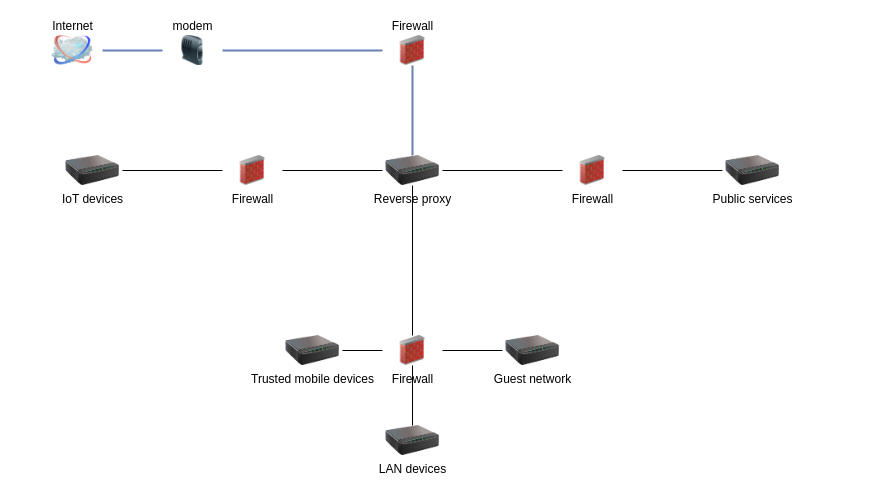
The draw.io diagram 241105 network logical.drawio in stefanheijnen/drawio, before the edit. Source tidied: cells renumbered, new cells numbered last; positions are measured from the earlier drawing's top-left corner, leaving out a move shared by most shapes. Both pictures are drawn from the tidied source at 100%, with x=0, y=0 at pixel (42, 35).
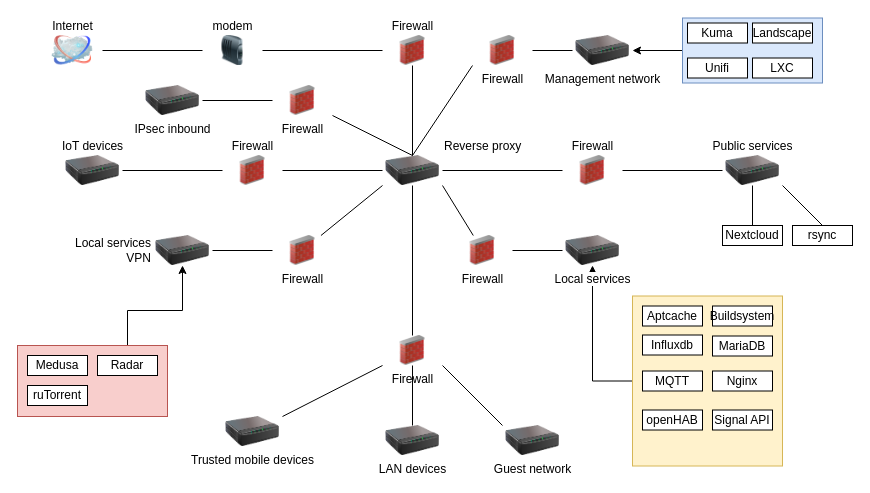
After the change.

Unchanged cells that the change refers to:
```xml
<mxCell id="2" value="Internet" style="image;html=1;labelBackgroundColor=#ffffff;image=img/lib/clip_art/networking/Cloud_128x128.png;rounded=1;shadow=0;comic=0;strokeWidth=2;fontSize=12;labelPosition=center;verticalLabelPosition=top;align=center;verticalAlign=bottom;" parent="1" vertex="1">
  <mxGeometry width="60" height="30" as="geometry" />
</mxCell>
<mxCell id="3" value="Firewall" style="html=1;labelBackgroundColor=default;image=img/lib/clip_art/networking/Firewall_02_128x128.png;rounded=1;shadow=0;comic=0;strokeWidth=2;fontSize=12;labelPosition=center;verticalLabelPosition=top;align=center;verticalAlign=bottom;shape=image;" parent="1" vertex="1">
  <mxGeometry x="340" width="60" height="30" as="geometry" />
</mxCell>
<mxCell id="11" value="Firewall" style="html=1;labelBackgroundColor=default;image=img/lib/clip_art/networking/Firewall_02_128x128.png;rounded=1;shadow=0;comic=0;strokeWidth=2;fontSize=12;labelPosition=center;verticalLabelPosition=bottom;align=center;verticalAlign=top;shape=image;" parent="1" vertex="1">
  <mxGeometry x="340" y="300" width="60" height="30" as="geometry" />
</mxCell>
```

Diff of the diagram source:
```diff
@@
+    <mxCell id="25" style="edgeStyle=orthogonalEdgeStyle;rounded=0;jettySize=auto;html=1;exitX=0;exitY=0.5;exitDx=0;exitDy=0;entryX=1;entryY=0.5;entryDx=0;entryDy=0;" parent="1" edge="1" source="49" target="45">
+      <mxGeometry relative="1" as="geometry" />
+    </mxCell>
+    <mxCell id="26" style="edgeStyle=orthogonalEdgeStyle;rounded=0;jettySize=auto;html=1;entryX=0.5;entryY=1;entryDx=0;entryDy=0;" parent="1" edge="1" source="55" target="31">
+      <mxGeometry relative="1" as="geometry" />
+    </mxCell>
@@
-    <mxCell id="4" style="html=1;fillColor=#CCCCCC;strokeColor=#6881B3;gradientColor=none;gradientDirection=north;strokeWidth=2;shape=connector;html=1;labelBackgroundColor=none;endArrow=none;fontFamily=Verdana;fontSize=12;fontColor=#000000;exitX=0.5;exitY=0;exitDx=0;exitDy=0;" parent="1" edge="1" source="7" target="3">
-      <mxGeometry relative="1" as="geometry" />
-    </mxCell>
-    <mxCell id="5" style="html=1;fillColor=#CCCCCC;strokeColor=#6881B3;gradientColor=none;gradientDirection=north;strokeWidth=2;shape=connector;html=1;labelBackgroundColor=none;endArrow=none;fontFamily=Verdana;fontSize=12;fontColor=#000000;" parent="1" edge="1" source="3" target="10">
-      <mxGeometry relative="1" as="geometry" />
-    </mxCell>
-    <mxCell id="6" style="html=1;fillColor=#CCCCCC;strokeColor=#6881B3;gradientColor=none;gradientDirection=north;strokeWidth=2;shape=connector;html=1;labelBackgroundColor=none;endArrow=none;fontFamily=Verdana;fontSize=12;fontColor=#000000;exitX=0;exitY=0.5;exitDx=0;exitDy=0;" parent="1" edge="1" source="10" target="2">
-      <mxGeometry relative="1" as="geometry" />
-    </mxCell>
-    <mxCell id="7" value="Reverse proxy" style="image;html=1;image=img/lib/clip_art/networking/Print_Server_128x128.png;" parent="1" vertex="1">
+    <mxCell id="7" value="Reverse proxy" style="image;html=1;image=img/lib/clip_art/networking/Print_Server_128x128.png;labelPosition=right;verticalLabelPosition=top;align=left;verticalAlign=bottom;" parent="1" vertex="1">
       <mxGeometry x="340" y="120" width="60" height="30" as="geometry" />
     </mxCell>
-    <mxCell id="8" value="Firewall" style="html=1;labelBackgroundColor=default;image=img/lib/clip_art/networking/Firewall_02_128x128.png;rounded=1;shadow=0;comic=0;strokeWidth=2;fontSize=12;labelPosition=center;verticalLabelPosition=bottom;align=center;verticalAlign=top;shape=image;" parent="1" vertex="1">
+    <mxCell id="8" value="Firewall" style="html=1;labelBackgroundColor=default;image=img/lib/clip_art/networking/Firewall_02_128x128.png;rounded=1;shadow=0;comic=0;strokeWidth=2;fontSize=12;labelPosition=center;verticalLabelPosition=top;align=center;verticalAlign=bottom;shape=image;" parent="1" vertex="1">
       <mxGeometry x="180" y="120" width="60" height="30" as="geometry" />
     </mxCell>
-    <mxCell id="9" value="Firewall" style="html=1;labelBackgroundColor=default;image=img/lib/clip_art/networking/Firewall_02_128x128.png;rounded=1;shadow=0;comic=0;strokeWidth=2;fontSize=12;labelPosition=center;verticalLabelPosition=bottom;align=center;verticalAlign=top;shape=image;" parent="1" vertex="1">
+    <mxCell id="9" value="Firewall" style="html=1;labelBackgroundColor=default;image=img/lib/clip_art/networking/Firewall_02_128x128.png;rounded=1;shadow=0;comic=0;strokeWidth=2;fontSize=12;labelPosition=center;verticalLabelPosition=top;align=center;verticalAlign=bottom;shape=image;" parent="1" vertex="1">
       <mxGeometry x="520" y="120" width="60" height="30" as="geometry" />
     </mxCell>
     <mxCell id="10" value="modem" style="image;html=1;image=img/lib/clip_art/networking/Modem_128x128.png;labelPosition=center;verticalLabelPosition=top;align=center;verticalAlign=bottom;" parent="1" vertex="1">
-      <mxGeometry x="120" width="60" height="30" as="geometry" />
+      <mxGeometry x="160" width="60" height="30" as="geometry" />
     </mxCell>
@@
-    <mxCell id="12" value="Public services" style="image;html=1;image=img/lib/clip_art/networking/Print_Server_128x128.png;" parent="1" vertex="1">
+    <mxCell id="12" value="Public services" style="image;html=1;image=img/lib/clip_art/networking/Print_Server_128x128.png;labelPosition=center;verticalLabelPosition=top;align=center;verticalAlign=bottom;" parent="1" vertex="1">
       <mxGeometry x="680" y="120" width="60" height="30" as="geometry" />
     </mxCell>
@@
-    <mxCell id="15" value="IoT devices" style="image;html=1;image=img/lib/clip_art/networking/Print_Server_128x128.png;" parent="1" vertex="1">
+    <mxCell id="15" value="IoT devices" style="image;html=1;image=img/lib/clip_art/networking/Print_Server_128x128.png;labelPosition=center;verticalLabelPosition=top;align=center;verticalAlign=bottom;" parent="1" vertex="1">
       <mxGeometry x="20" y="120" width="60" height="30" as="geometry" />
     </mxCell>
     <mxCell id="16" value="Guest network" style="html=1;labelBackgroundColor=default;image=img/lib/clip_art/networking/Print_Server_128x128.png;rounded=1;shadow=0;comic=0;strokeWidth=2;fontSize=12;labelPosition=center;verticalLabelPosition=bottom;align=center;verticalAlign=top;shape=image;" parent="1" vertex="1">
-      <mxGeometry x="460" y="300" width="60" height="30" as="geometry" />
+      <mxGeometry x="460" y="390" width="60" height="30" as="geometry" />
     </mxCell>
-    <mxCell id="17" style="endArrow=none;html=1;rounded=0;entryX=1;entryY=0.5;entryDx=0;entryDy=0;exitX=0;exitY=0.5;exitDx=0;exitDy=0;" parent="1" edge="1" source="16" target="11">
+    <mxCell id="17" style="endArrow=none;html=1;rounded=0;entryX=1;entryY=1;entryDx=0;entryDy=0;exitX=0;exitY=0;exitDx=0;exitDy=0;" parent="1" edge="1" source="16" target="11">
       <mxGeometry relative="1" as="geometry" />
     </mxCell>
     <mxCell id="18" value="Trusted mobile devices" style="html=1;labelBackgroundColor=default;image=img/lib/clip_art/networking/Print_Server_128x128.png;rounded=1;shadow=0;comic=0;strokeWidth=2;fontSize=12;labelPosition=center;verticalLabelPosition=bottom;align=center;verticalAlign=top;shape=image;" parent="1" vertex="1">
-      <mxGeometry x="240" y="300" width="60" height="30" as="geometry" />
+      <mxGeometry x="180" y="381" width="60" height="30" as="geometry" />
     </mxCell>
-    <mxCell id="19" style="endArrow=none;html=1;rounded=0;entryX=0;entryY=0.5;entryDx=0;entryDy=0;exitX=1;exitY=0.5;exitDx=0;exitDy=0;" parent="1" edge="1" source="18" target="11">
+    <mxCell id="19" style="endArrow=none;html=1;rounded=0;entryX=0;entryY=1;entryDx=0;entryDy=0;exitX=1;exitY=0;exitDx=0;exitDy=0;" parent="1" edge="1" source="18" target="11">
       <mxGeometry relative="1" as="geometry" />
     </mxCell>
@@
+    <mxCell id="27" value="Firewall" style="html=1;labelBackgroundColor=default;image=img/lib/clip_art/networking/Firewall_02_128x128.png;rounded=1;shadow=0;comic=0;strokeWidth=2;fontSize=12;labelPosition=center;verticalLabelPosition=bottom;align=center;verticalAlign=top;shape=image;" parent="1" vertex="1">
+      <mxGeometry x="230" y="200" width="60" height="30" as="geometry" />
+    </mxCell>
+    <mxCell id="28" value="Firewall" style="html=1;labelBackgroundColor=default;image=img/lib/clip_art/networking/Firewall_02_128x128.png;rounded=1;shadow=0;comic=0;strokeWidth=2;fontSize=12;labelPosition=center;verticalLabelPosition=bottom;align=center;verticalAlign=top;shape=image;" parent="1" vertex="1">
+      <mxGeometry x="410" y="200" width="60" height="30" as="geometry" />
+    </mxCell>
+    <mxCell id="29" style="endArrow=none;html=1;rounded=0;entryX=0;entryY=1;entryDx=0;entryDy=0;" parent="1" edge="1" source="27" target="7">
+      <mxGeometry relative="1" as="geometry" />
+    </mxCell>
+    <mxCell id="30" style="endArrow=none;html=1;rounded=0;entryX=1;entryY=1;entryDx=0;entryDy=0;" parent="1" edge="1" source="28" target="7">
+      <mxGeometry relative="1" as="geometry" />
+    </mxCell>
+    <mxCell id="31" value="Local services" style="image;html=1;image=img/lib/clip_art/networking/Print_Server_128x128.png;" parent="1" vertex="1">
+      <mxGeometry x="520" y="200" width="60" height="30" as="geometry" />
+    </mxCell>
+    <mxCell id="32" style="endArrow=none;html=1;rounded=0;entryX=1;entryY=0.5;entryDx=0;entryDy=0;" parent="1" edge="1" source="31" target="28">
+      <mxGeometry relative="1" as="geometry" />
+    </mxCell>
+    <mxCell id="33" value="Nextcloud" style="rounded=0;whiteSpace=wrap;html=1;" parent="1" vertex="1">
+      <mxGeometry x="680" y="190" width="60" height="20" as="geometry" />
+    </mxCell>
+    <mxCell id="34" style="endArrow=none;html=1;rounded=0;entryX=0.5;entryY=1;entryDx=0;entryDy=0;" parent="1" edge="1" source="33" target="12">
+      <mxGeometry relative="1" as="geometry" />
+    </mxCell>
+    <mxCell id="35" value="rsync" style="rounded=0;whiteSpace=wrap;html=1;" parent="1" vertex="1">
+      <mxGeometry x="750" y="190" width="60" height="20" as="geometry" />
+    </mxCell>
+    <mxCell id="36" style="endArrow=none;html=1;rounded=0;entryX=1;entryY=1;entryDx=0;entryDy=0;exitX=0.5;exitY=0;exitDx=0;exitDy=0;" parent="1" edge="1" source="35" target="12">
+      <mxGeometry relative="1" as="geometry" />
+    </mxCell>
+    <mxCell id="37" value="&lt;div&gt;Local services&lt;/div&gt;&lt;div&gt;VPN&lt;br&gt;&lt;/div&gt;" style="image;html=1;image=img/lib/clip_art/networking/Print_Server_128x128.png;labelPosition=left;verticalLabelPosition=middle;align=right;verticalAlign=middle;" parent="1" vertex="1">
+      <mxGeometry x="110" y="200" width="60" height="30" as="geometry" />
+    </mxCell>
+    <mxCell id="38" style="endArrow=none;html=1;rounded=0;entryX=0;entryY=0.5;entryDx=0;entryDy=0;" parent="1" edge="1" source="37" target="27">
+      <mxGeometry relative="1" as="geometry" />
+    </mxCell>
+    <mxCell id="39" value="Firewall" style="html=1;labelBackgroundColor=default;image=img/lib/clip_art/networking/Firewall_02_128x128.png;rounded=1;shadow=0;comic=0;strokeWidth=2;fontSize=12;labelPosition=center;verticalLabelPosition=bottom;align=center;verticalAlign=top;shape=image;" parent="1" vertex="1">
+      <mxGeometry x="230" y="50" width="60" height="30" as="geometry" />
+    </mxCell>
+    <mxCell id="40" style="endArrow=none;html=1;rounded=0;entryX=0.5;entryY=0;entryDx=0;entryDy=0;" parent="1" edge="1" source="39" target="7">
+      <mxGeometry relative="1" as="geometry" />
+    </mxCell>
+    <mxCell id="41" value="IPsec inbound" style="image;html=1;image=img/lib/clip_art/networking/Print_Server_128x128.png;" parent="1" vertex="1">
+      <mxGeometry x="100" y="50" width="60" height="30" as="geometry" />
+    </mxCell>
+    <mxCell id="42" style="endArrow=none;html=1;rounded=0;" parent="1" edge="1" source="41" target="39">
+      <mxGeometry relative="1" as="geometry" />
+    </mxCell>
+    <mxCell id="43" value="Firewall" style="html=1;labelBackgroundColor=default;image=img/lib/clip_art/networking/Firewall_02_128x128.png;rounded=1;shadow=0;comic=0;strokeWidth=2;fontSize=12;labelPosition=center;verticalLabelPosition=bottom;align=center;verticalAlign=top;shape=image;" parent="1" vertex="1">
+      <mxGeometry x="430" width="60" height="30" as="geometry" />
+    </mxCell>
+    <mxCell id="44" style="endArrow=none;html=1;rounded=0;entryX=0;entryY=1;entryDx=0;entryDy=0;exitX=0.5;exitY=0;exitDx=0;exitDy=0;" parent="1" edge="1" source="7" target="43">
+      <mxGeometry relative="1" as="geometry" />
+    </mxCell>
+    <mxCell id="45" value="Management network" style="image;html=1;image=img/lib/clip_art/networking/Print_Server_128x128.png;labelPosition=center;verticalLabelPosition=bottom;align=center;verticalAlign=top;" parent="1" vertex="1">
+      <mxGeometry x="530" width="60" height="30" as="geometry" />
+    </mxCell>
+    <mxCell id="46" style="endArrow=none;html=1;rounded=0;exitX=1;exitY=0.5;exitDx=0;exitDy=0;entryX=0;entryY=0.5;entryDx=0;entryDy=0;" parent="1" edge="1" source="43" target="45">
+      <mxGeometry relative="1" as="geometry" />
+    </mxCell>
+    <mxCell id="47" style="edgeStyle=orthogonalEdgeStyle;rounded=0;jettySize=auto;html=1;" parent="1" edge="1" source="68" target="37">
+      <mxGeometry relative="1" as="geometry" />
+    </mxCell>
+    <mxCell id="48" style="group;" parent="1" vertex="1">
+      <mxGeometry x="640" y="-17.5" width="140" height="65" as="geometry" />
+    </mxCell>
+    <mxCell id="49" style="rounded=0;whiteSpace=wrap;html=1;fillColor=#dae8fc;strokeColor=#6c8ebf;" parent="48" vertex="1">
+      <mxGeometry width="140" height="65" as="geometry" />
+    </mxCell>
+    <mxCell id="50" value="Landscape" style="rounded=0;whiteSpace=wrap;html=1;" parent="48" vertex="1">
+      <mxGeometry x="70" y="5" width="60" height="20" as="geometry" />
+    </mxCell>
+    <mxCell id="51" value="Kuma" style="rounded=0;whiteSpace=wrap;html=1;" parent="48" vertex="1">
+      <mxGeometry x="5" y="5" width="60" height="20" as="geometry" />
+    </mxCell>
+    <mxCell id="52" value="Unifi" style="rounded=0;whiteSpace=wrap;html=1;" parent="48" vertex="1">
+      <mxGeometry x="5" y="40" width="60" height="20" as="geometry" />
+    </mxCell>
+    <mxCell id="53" value="LXC" style="rounded=0;whiteSpace=wrap;html=1;" parent="48" vertex="1">
+      <mxGeometry x="70" y="40" width="60" height="20" as="geometry" />
+    </mxCell>
+    <mxCell id="54" style="group;" parent="1" vertex="1">
+      <mxGeometry x="590" y="260.5" width="150" height="170" as="geometry" />
+    </mxCell>
+    <mxCell id="55" style="rounded=0;whiteSpace=wrap;html=1;fillColor=#fff2cc;strokeColor=#d6b656;" parent="54" vertex="1">
+      <mxGeometry width="150" height="170" as="geometry" />
+    </mxCell>
+    <mxCell id="56" value="Aptcache" style="rounded=0;whiteSpace=wrap;html=1;" parent="54" vertex="1">
+      <mxGeometry x="10" y="10" width="60" height="20" as="geometry" />
+    </mxCell>
+    <mxCell id="57" value="MQTT" style="rounded=0;whiteSpace=wrap;html=1;" parent="54" vertex="1">
+      <mxGeometry x="10" y="75" width="60" height="20" as="geometry" />
+    </mxCell>
+    <mxCell id="58" value="Buildsystem" style="rounded=0;whiteSpace=wrap;html=1;" parent="54" vertex="1">
+      <mxGeometry x="80" y="10" width="60" height="20" as="geometry" />
+    </mxCell>
+    <mxCell id="59" value="Influxdb" style="rounded=0;whiteSpace=wrap;html=1;" parent="54" vertex="1">
+      <mxGeometry x="10" y="39" width="60" height="20" as="geometry" />
+    </mxCell>
+    <mxCell id="60" value="Nginx" style="rounded=0;whiteSpace=wrap;html=1;" parent="54" vertex="1">
+      <mxGeometry x="80" y="75" width="60" height="20" as="geometry" />
+    </mxCell>
+    <mxCell id="61" value="Signal API" style="rounded=0;whiteSpace=wrap;html=1;" parent="54" vertex="1">
+      <mxGeometry x="80" y="114" width="60" height="20" as="geometry" />
+    </mxCell>
+    <mxCell id="62" value="MariaDB" style="rounded=0;whiteSpace=wrap;html=1;" parent="54" vertex="1">
+      <mxGeometry x="80" y="40" width="60" height="20" as="geometry" />
+    </mxCell>
+    <mxCell id="63" value="openHAB" style="rounded=0;whiteSpace=wrap;html=1;" parent="54" vertex="1">
+      <mxGeometry x="10" y="114" width="60" height="20" as="geometry" />
+    </mxCell>
+    <mxCell id="64" style="group;" parent="1" vertex="1">
+      <mxGeometry x="-25" y="310" width="150" height="71" as="geometry" />
+    </mxCell>
+    <mxCell id="65" style="rounded=0;whiteSpace=wrap;html=1;fillColor=#f8cecc;strokeColor=#b85450;" parent="64" vertex="1">
+      <mxGeometry width="150" height="71" as="geometry" />
+    </mxCell>
+    <mxCell id="66" value="Medusa" style="rounded=0;whiteSpace=wrap;html=1;" parent="64" vertex="1">
+      <mxGeometry x="10" y="10" width="60" height="20" as="geometry" />
+    </mxCell>
+    <mxCell id="67" value="ruTorrent" style="rounded=0;whiteSpace=wrap;html=1;" parent="64" vertex="1">
+      <mxGeometry x="10" y="40" width="60" height="20" as="geometry" />
+    </mxCell>
+    <mxCell id="68" value="Radar" style="rounded=0;whiteSpace=wrap;html=1;" parent="64" vertex="1">
+      <mxGeometry x="80" y="10" width="60" height="20" as="geometry" />
+    </mxCell>
+    <mxCell id="69" style="endArrow=none;html=1;rounded=0;entryX=0;entryY=0.5;entryDx=0;entryDy=0;" parent="1" edge="1" source="2" target="10">
+      <mxGeometry relative="1" as="geometry" />
+    </mxCell>
+    <mxCell id="70" style="endArrow=none;html=1;rounded=0;entryX=0;entryY=0.5;entryDx=0;entryDy=0;" parent="1" edge="1" source="10" target="3">
+      <mxGeometry relative="1" as="geometry" />
+    </mxCell>
+    <mxCell id="71" style="endArrow=none;html=1;rounded=0;entryX=0.5;entryY=0;entryDx=0;entryDy=0;exitX=0.5;exitY=1;exitDx=0;exitDy=0;" parent="1" edge="1" source="3" target="7">
+      <mxGeometry relative="1" as="geometry" />
+    </mxCell>
```
